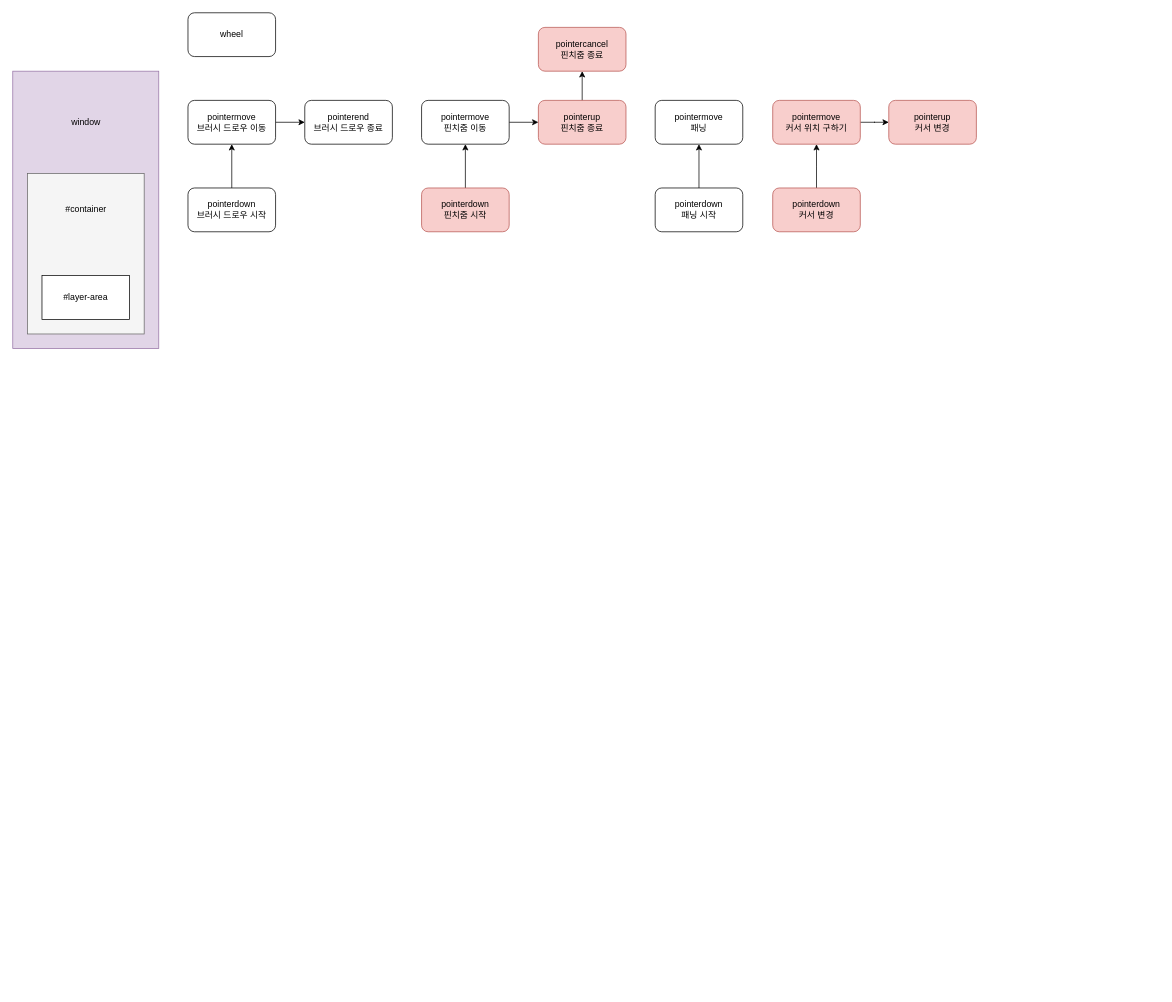
Above: 제목 없는 다이어그램.drawio in oyc0401/graphic (draw.io), before the change. Source tidied: cells renumbered, new cells numbered last; positions are measured from the earlier drawing's top-left corner, leaving out a move shared by most shapes. Both pictures are drawn from the tidied source at 73%, with x=0, y=0 at pixel (12, 12).
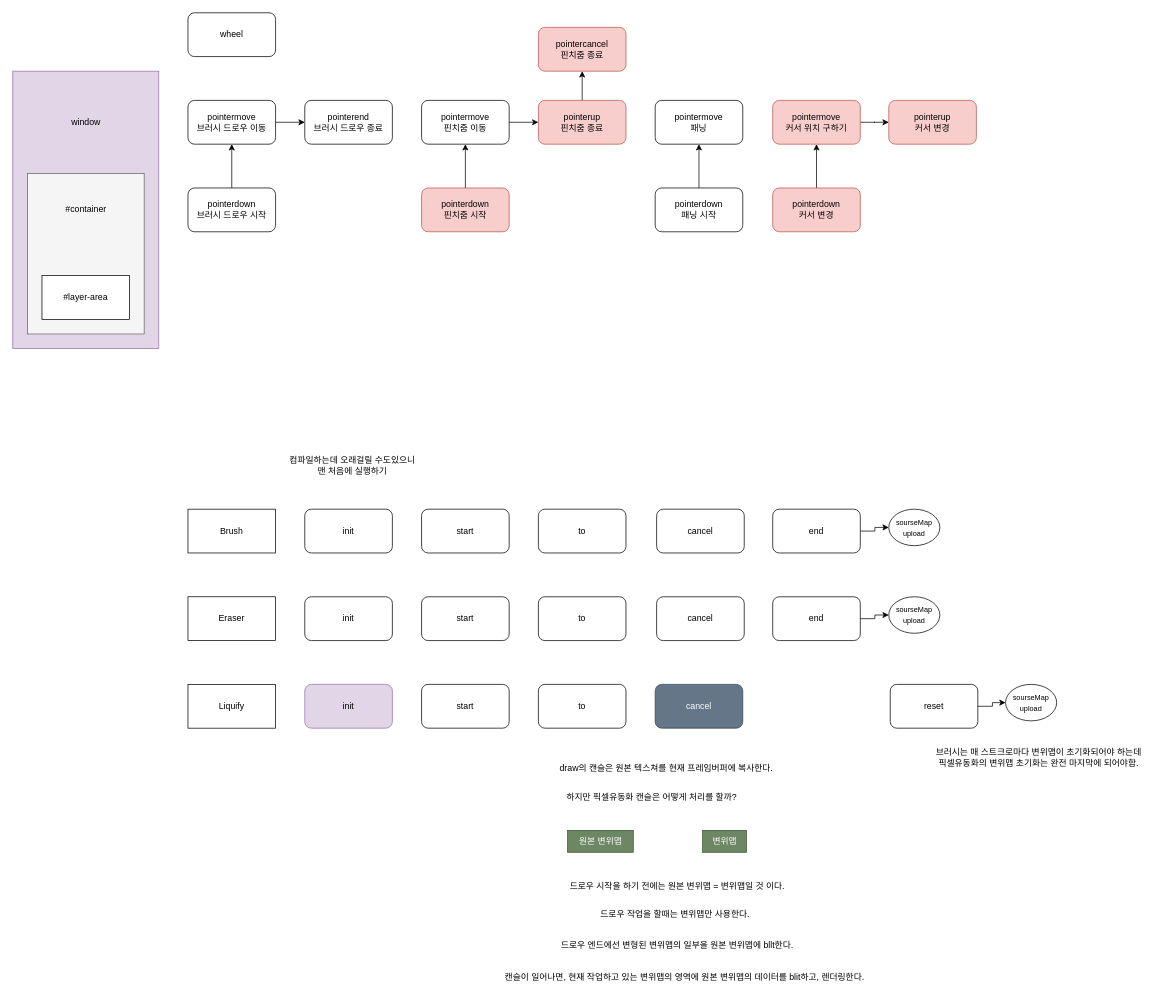
The same page after the edit.

Commit message:
제목 없는 다이어그램.drawio 업데이트

What changed in the source:
```diff
@@
+    <mxCell id="28" value="Brush" style="rounded=0;whiteSpace=wrap;html=1;" parent="1" vertex="1">
+      <mxGeometry x="240" y="680" width="120" height="60" as="geometry" />
+    </mxCell>
+    <mxCell id="29" value="Eraser" style="rounded=0;whiteSpace=wrap;html=1;" parent="1" vertex="1">
+      <mxGeometry x="240" y="800" width="120" height="60" as="geometry" />
+    </mxCell>
+    <mxCell id="30" value="Liquify" style="rounded=0;whiteSpace=wrap;html=1;" parent="1" vertex="1">
+      <mxGeometry x="240" y="920" width="120" height="60" as="geometry" />
+    </mxCell>
+    <mxCell id="31" value="start" style="rounded=1;whiteSpace=wrap;html=1;" parent="1" vertex="1">
+      <mxGeometry x="560" y="680" width="120" height="60" as="geometry" />
+    </mxCell>
+    <mxCell id="32" value="to" style="rounded=1;whiteSpace=wrap;html=1;" parent="1" vertex="1">
+      <mxGeometry x="720" y="680" width="120" height="60" as="geometry" />
+    </mxCell>
+    <mxCell id="33" style="edgeStyle=orthogonalEdgeStyle;rounded=0;jettySize=auto;html=1;" parent="1" edge="1" source="34" target="59">
+      <mxGeometry relative="1" as="geometry" />
+    </mxCell>
+    <mxCell id="34" value="end" style="rounded=1;whiteSpace=wrap;html=1;" parent="1" vertex="1">
+      <mxGeometry x="1041" y="680" width="120" height="60" as="geometry" />
+    </mxCell>
+    <mxCell id="35" value="start" style="rounded=1;whiteSpace=wrap;html=1;" parent="1" vertex="1">
+      <mxGeometry x="560" y="800" width="120" height="60" as="geometry" />
+    </mxCell>
+    <mxCell id="36" value="start" style="rounded=1;whiteSpace=wrap;html=1;" parent="1" vertex="1">
+      <mxGeometry x="560" y="920" width="120" height="60" as="geometry" />
+    </mxCell>
+    <mxCell id="37" value="to" style="rounded=1;whiteSpace=wrap;html=1;" parent="1" vertex="1">
+      <mxGeometry x="720" y="800" width="120" height="60" as="geometry" />
+    </mxCell>
+    <mxCell id="38" value="to" style="rounded=1;whiteSpace=wrap;html=1;" parent="1" vertex="1">
+      <mxGeometry x="720" y="920" width="120" height="60" as="geometry" />
+    </mxCell>
+    <mxCell id="39" style="edgeStyle=orthogonalEdgeStyle;rounded=0;jettySize=auto;html=1;" parent="1" edge="1" source="40" target="58">
+      <mxGeometry relative="1" as="geometry" />
+    </mxCell>
+    <mxCell id="40" value="end" style="rounded=1;whiteSpace=wrap;html=1;" parent="1" vertex="1">
+      <mxGeometry x="1041" y="800" width="120" height="60" as="geometry" />
+    </mxCell>
+    <mxCell id="41" value="init" style="rounded=1;whiteSpace=wrap;html=1;fillColor=#e1d5e7;strokeColor=#9673a6;" parent="1" vertex="1">
+      <mxGeometry x="400" y="920" width="120" height="60" as="geometry" />
+    </mxCell>
+    <mxCell id="42" style="edgeStyle=orthogonalEdgeStyle;rounded=0;jettySize=auto;html=1;" parent="1" edge="1" source="43" target="60">
+      <mxGeometry relative="1" as="geometry" />
+    </mxCell>
+    <mxCell id="43" value="reset" style="rounded=1;whiteSpace=wrap;html=1;" parent="1" vertex="1">
+      <mxGeometry x="1202" y="920" width="120" height="60" as="geometry" />
+    </mxCell>
+    <mxCell id="44" value="init" style="rounded=1;whiteSpace=wrap;html=1;" parent="1" vertex="1">
+      <mxGeometry x="400" y="680" width="120" height="60" as="geometry" />
+    </mxCell>
+    <mxCell id="45" value="init" style="rounded=1;whiteSpace=wrap;html=1;" parent="1" vertex="1">
+      <mxGeometry x="400" y="800" width="120" height="60" as="geometry" />
+    </mxCell>
+    <mxCell id="46" value="브러시는 매 스트크로마다 변위맵이 초기화되어야 하는데&lt;div&gt;픽셀유동화의 변위맵 초기화는 완전 마지막에 되어야함.&lt;/div&gt;" style="text;html=1;align=center;verticalAlign=middle;strokeColor=none;fillColor=none;" parent="1" vertex="1">
+      <mxGeometry x="1240" y="1000" width="330" height="40" as="geometry" />
+    </mxCell>
+    <mxCell id="47" value="cancel" style="rounded=1;whiteSpace=wrap;html=1;" parent="1" vertex="1">
+      <mxGeometry x="882" y="800" width="120" height="60" as="geometry" />
+    </mxCell>
+    <mxCell id="48" value="cancel" style="rounded=1;whiteSpace=wrap;html=1;" parent="1" vertex="1">
+      <mxGeometry x="882" y="680" width="120" height="60" as="geometry" />
+    </mxCell>
+    <mxCell id="49" value="draw의 캔슬은 원본 텍스쳐를 현재 프레임버퍼에 복사한다." style="text;html=1;align=center;verticalAlign=middle;strokeColor=none;fillColor=none;" parent="1" vertex="1">
+      <mxGeometry x="725" y="1020" width="340" height="30" as="geometry" />
+    </mxCell>
+    <mxCell id="50" value="하지만 픽셀유동화 캔슬은 어떻게 처리를 할까?" style="text;html=1;align=center;verticalAlign=middle;strokeColor=none;fillColor=none;" parent="1" vertex="1">
+      <mxGeometry x="740" y="1060" width="270" height="30" as="geometry" />
+    </mxCell>
+    <mxCell id="51" value="컴파일하는데 오래걸릴 수도있으니&lt;div&gt;맨 처음에 실행하기&lt;/div&gt;" style="text;html=1;align=center;verticalAlign=middle;strokeColor=none;fillColor=none;" parent="1" vertex="1">
+      <mxGeometry x="360" y="600" width="210" height="40" as="geometry" />
+    </mxCell>
+    <mxCell id="52" value="원본 변위맵" style="text;html=1;align=center;verticalAlign=middle;strokeColor=#3A5431;fillColor=#6d8764;fontColor=#ffffff;" parent="1" vertex="1">
+      <mxGeometry x="760" y="1120" width="90" height="30" as="geometry" />
+    </mxCell>
+    <mxCell id="53" value="변위맵" style="text;html=1;align=center;verticalAlign=middle;strokeColor=#3A5431;fillColor=#6d8764;fontColor=#ffffff;" parent="1" vertex="1">
+      <mxGeometry x="945" y="1120" width="60" height="30" as="geometry" />
+    </mxCell>
+    <mxCell id="54" value="드로우 시작을 하기 전에는 원본 변위맵 = 변위맵일 것 이다." style="text;html=1;align=center;verticalAlign=middle;strokeColor=none;fillColor=none;" parent="1" vertex="1">
+      <mxGeometry x="740" y="1182" width="340" height="30" as="geometry" />
+    </mxCell>
+    <mxCell id="55" value="드로우 작업을 할때는 변위맵만 사용한다." style="text;html=1;align=center;verticalAlign=middle;strokeColor=none;fillColor=none;" parent="1" vertex="1">
+      <mxGeometry x="787" y="1220" width="240" height="30" as="geometry" />
+    </mxCell>
+    <mxCell id="56" value="드로우 엔드에선 변형된 변위맵의 일부을 원본 변위맵에 bllt한다." style="text;html=1;align=center;verticalAlign=middle;strokeColor=none;fillColor=none;" parent="1" vertex="1">
+      <mxGeometry x="725" y="1262" width="370" height="30" as="geometry" />
+    </mxCell>
+    <mxCell id="57" value="캔슬이 일어나면, 현재 작업하고 있는 변위맵의 영역에 원본 변위맵의 데이터를 blit하고, 렌더링한다." style="text;html=1;align=center;verticalAlign=middle;strokeColor=none;fillColor=none;" parent="1" vertex="1">
+      <mxGeometry x="645" y="1307" width="550" height="30" as="geometry" />
+    </mxCell>
+    <mxCell id="58" value="&lt;font style=&quot;font-size: 10px;&quot;&gt;sourseMap&lt;/font&gt;&lt;div&gt;&lt;font style=&quot;font-size: 10px;&quot;&gt;upload&lt;/font&gt;&lt;/div&gt;" style="ellipse;whiteSpace=wrap;html=1;" parent="1" vertex="1">
+      <mxGeometry x="1200" y="800" width="70" height="50" as="geometry" />
+    </mxCell>
+    <mxCell id="59" value="&lt;font style=&quot;font-size: 10px;&quot;&gt;sourseMap&lt;/font&gt;&lt;div&gt;&lt;font style=&quot;font-size: 10px;&quot;&gt;upload&lt;/font&gt;&lt;/div&gt;" style="ellipse;whiteSpace=wrap;html=1;" parent="1" vertex="1">
+      <mxGeometry x="1200" y="680" width="70" height="50" as="geometry" />
+    </mxCell>
+    <mxCell id="60" value="&lt;font style=&quot;font-size: 10px;&quot;&gt;sourseMap&lt;/font&gt;&lt;div&gt;&lt;font style=&quot;font-size: 10px;&quot;&gt;upload&lt;/font&gt;&lt;/div&gt;" style="ellipse;whiteSpace=wrap;html=1;" parent="1" vertex="1">
+      <mxGeometry x="1360" y="920" width="70" height="50" as="geometry" />
+    </mxCell>
+    <mxCell id="61" value="cancel" style="rounded=1;whiteSpace=wrap;html=1;fillColor=#647687;fontColor=#ffffff;strokeColor=#314354;" parent="1" vertex="1">
+      <mxGeometry x="880" y="920" width="120" height="60" as="geometry" />
+    </mxCell>
```
